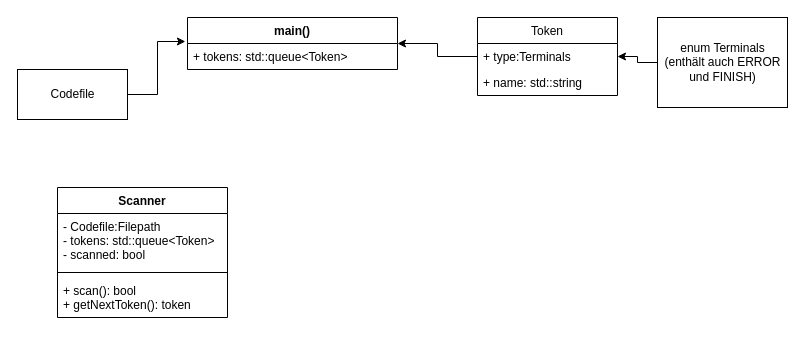
Earlier version of the draw.io diagram Program_Plan.drawio (LucRome/Automaten). Source tidied: cells renumbered, new cells numbered last; positions are measured from the earlier drawing's top-left corner, leaving out a move shared by most shapes. Both pictures are drawn from the tidied source at 100%, with x=0, y=0 at pixel (17, 17).
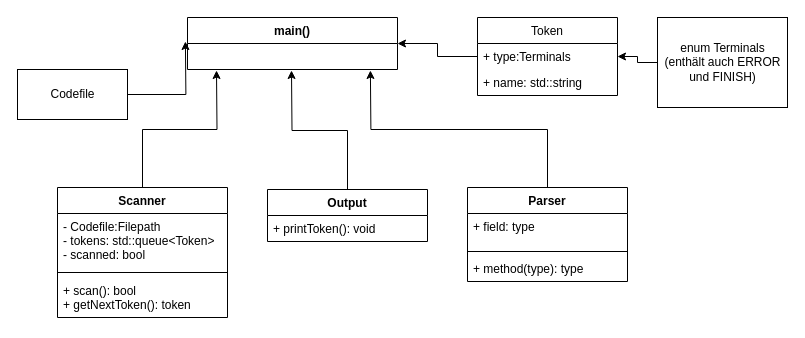
After the change.

The change refers to these unchanged cells:
```xml
<mxCell id="2" value="main()" style="swimlane;fontStyle=1;align=center;verticalAlign=top;horizontal=1;startSize=26;" parent="1" vertex="1">
  <mxGeometry x="170" width="210" height="52" as="geometry" />
</mxCell>
<mxCell id="10" value="Codefile" style="html=1;" parent="1" vertex="1">
  <mxGeometry y="52" width="110" height="50" as="geometry" />
</mxCell>
<mxCell id="12" value="Scanner" style="swimlane;fontStyle=1;align=center;verticalAlign=top;horizontal=1;startSize=26;" parent="1" vertex="1">
  <mxGeometry x="40" y="170" width="170" height="130" as="geometry" />
</mxCell>
```

What changed in the source:
```diff
@@
-    <mxCell id="3" value="+ tokens: std::queue&lt;Token&gt;" style="text;strokeColor=none;fillColor=none;align=left;verticalAlign=top;spacingLeft=4;spacingRight=4;overflow=hidden;points=[[0,0.5],[1,0.5]];portConstraint=eastwest;" parent="2" vertex="1">
-      <mxGeometry y="26" width="210" height="26" as="geometry" />
-    </mxCell>
@@
-    <mxCell id="9" style="edgeStyle=orthogonalEdgeStyle;rounded=0;jettySize=auto;html=1;exitX=1;exitY=0.5;exitDx=0;exitDy=0;entryX=-0.01;entryY=-0.077;entryDx=0;entryDy=0;entryPerimeter=0;" parent="1" edge="1" source="10" target="3">
-      <mxGeometry relative="1" as="geometry" />
+    <mxCell id="9" style="edgeStyle=orthogonalEdgeStyle;rounded=0;jettySize=auto;html=1;exitX=1;exitY=0.5;exitDx=0;exitDy=0;entryX=-0.01;entryY=-0.077;entryDx=0;entryDy=0;entryPerimeter=0;" parent="1" edge="1" source="10">
+      <mxGeometry relative="1" as="geometry">
+        <mxPoint x="167.9" y="24" as="targetPoint" />
+      </mxGeometry>
     </mxCell>
@@
+    <mxCell id="16" style="edgeStyle=orthogonalEdgeStyle;rounded=0;jettySize=auto;html=1;exitX=0.5;exitY=0;exitDx=0;exitDy=0;entryX=0.138;entryY=1.038;entryDx=0;entryDy=0;entryPerimeter=0;" parent="1" edge="1" source="12">
+      <mxGeometry relative="1" as="geometry">
+        <mxPoint x="199" y="53" as="targetPoint" />
+      </mxGeometry>
+    </mxCell>
@@
+    <mxCell id="17" style="edgeStyle=orthogonalEdgeStyle;rounded=0;jettySize=auto;html=1;exitX=0.5;exitY=0;exitDx=0;exitDy=0;entryX=0.495;entryY=1.038;entryDx=0;entryDy=0;entryPerimeter=0;" parent="1" edge="1" source="18">
+      <mxGeometry relative="1" as="geometry">
+        <mxPoint x="274" y="53" as="targetPoint" />
+      </mxGeometry>
+    </mxCell>
+    <mxCell id="18" value="Output" style="swimlane;fontStyle=1;align=center;verticalAlign=top;horizontal=1;startSize=26;" parent="1" vertex="1">
+      <mxGeometry x="250" y="172" width="160" height="52" as="geometry" />
+    </mxCell>
+    <mxCell id="19" value="+ printToken(): void" style="text;strokeColor=none;fillColor=none;align=left;verticalAlign=top;spacingLeft=4;spacingRight=4;overflow=hidden;" parent="18" vertex="1">
+      <mxGeometry y="26" width="160" height="26" as="geometry" />
+    </mxCell>
+    <mxCell id="20" style="edgeStyle=orthogonalEdgeStyle;rounded=0;jettySize=auto;html=1;exitX=0.5;exitY=0;exitDx=0;exitDy=0;entryX=0.871;entryY=1.038;entryDx=0;entryDy=0;entryPerimeter=0;" parent="1" edge="1" source="21">
+      <mxGeometry relative="1" as="geometry">
+        <mxPoint x="352.9" y="53" as="targetPoint" />
+      </mxGeometry>
+    </mxCell>
+    <mxCell id="21" value="Parser" style="swimlane;fontStyle=1;align=center;verticalAlign=top;horizontal=1;startSize=26;" parent="1" vertex="1">
+      <mxGeometry x="450" y="170" width="160" height="94" as="geometry" />
+    </mxCell>
+    <mxCell id="22" value="+ field: type" style="text;strokeColor=none;fillColor=none;align=left;verticalAlign=top;spacingLeft=4;spacingRight=4;overflow=hidden;" parent="21" vertex="1">
+      <mxGeometry y="26" width="160" height="34" as="geometry" />
+    </mxCell>
+    <mxCell id="23" style="line;strokeWidth=1;fillColor=none;align=left;verticalAlign=middle;spacingTop=-1;spacingLeft=3;spacingRight=3;labelPosition=right;" parent="21" vertex="1">
+      <mxGeometry y="60" width="160" height="8" as="geometry" />
+    </mxCell>
+    <mxCell id="24" value="+ method(type): type" style="text;strokeColor=none;fillColor=none;align=left;verticalAlign=top;spacingLeft=4;spacingRight=4;overflow=hidden;" parent="21" vertex="1">
+      <mxGeometry y="68" width="160" height="26" as="geometry" />
+    </mxCell>
```
